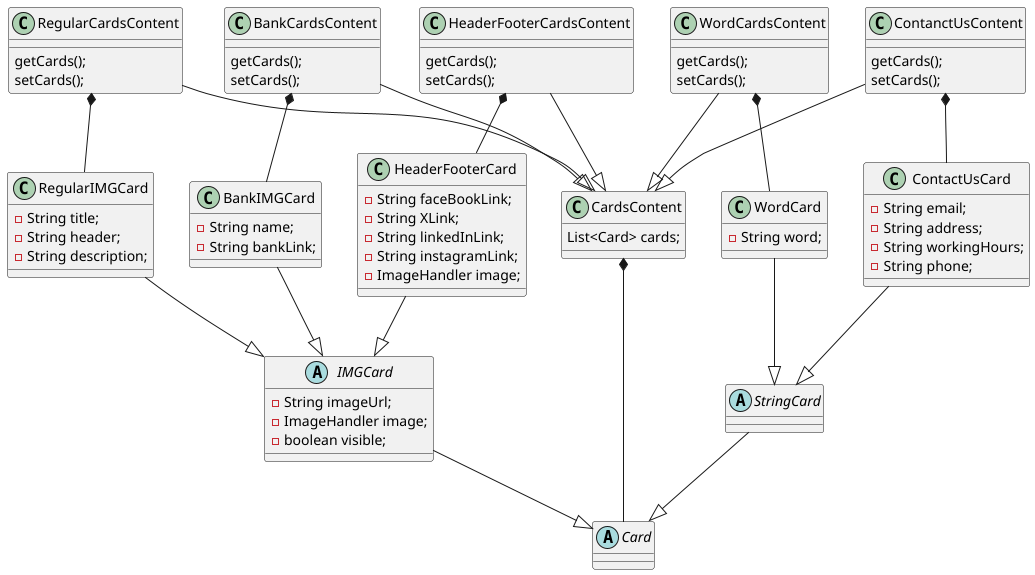
Before: docs/uml/cards-0.png, a diagram exported from PlantUML (aamer867/el.waleed-api).
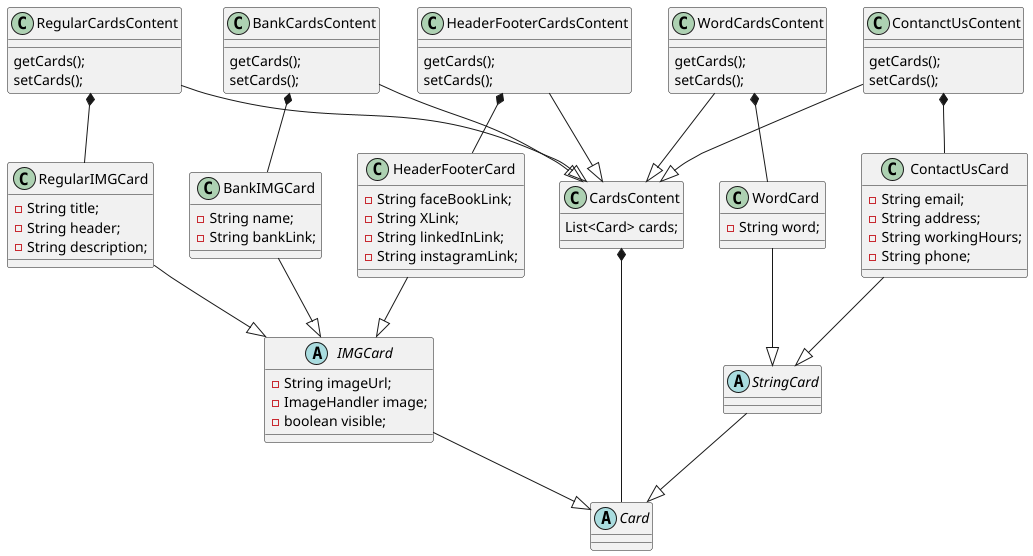
Later version of the same file.

The edit, as a diff of the source:
```diff
@@ -39,7 +39,6 @@
     - String XLink;
     - String linkedInLink;
     - String instagramLink;
-    - ImageHandler image;
 }
 
 class CardsContent {
```
